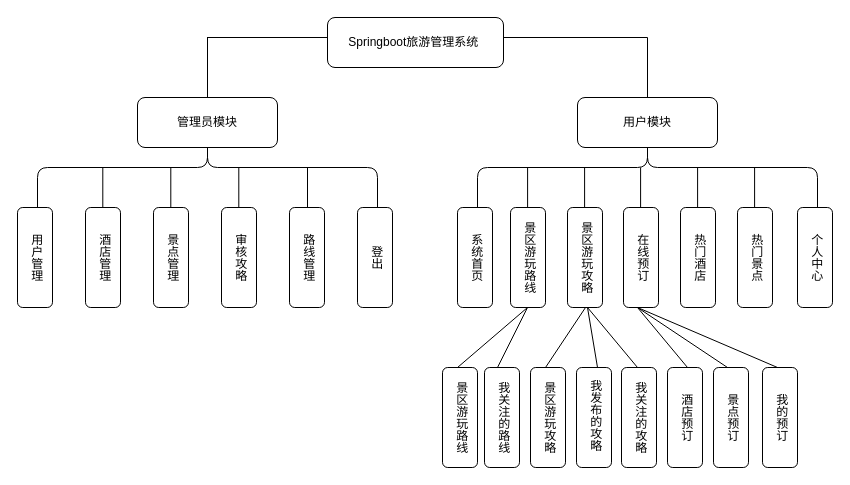
Above: 未命名绘图.drawio in 66Coding/diagrams (draw.io), before the change. Source tidied: cells renumbered, new cells numbered last; positions are measured from the earlier drawing's top-left corner, leaving out a move shared by most shapes. Both pictures are drawn from the tidied source at 100%, with x=0, y=0 at pixel (17, 17).
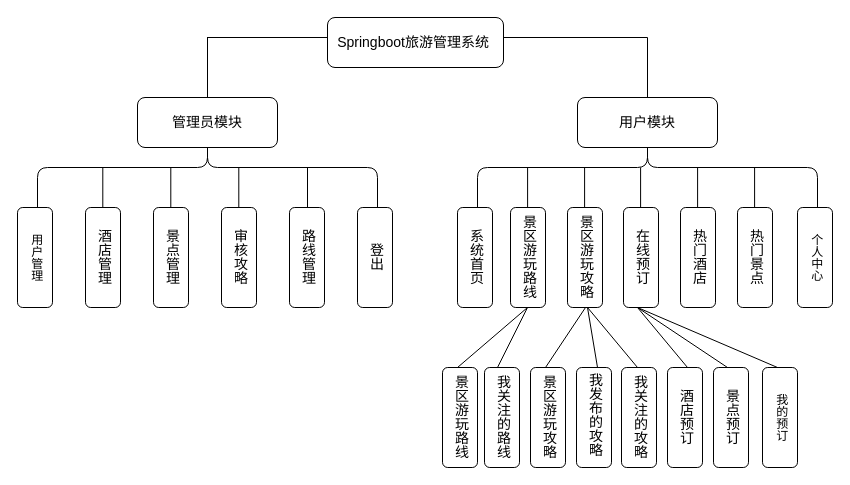
The same page after the edit.

Commit message:
旅游管理系统结构图.drawio

Diff of the diagram source:
```diff
@@
-    <mxCell id="2" value="Springboot旅游管理系统&amp;nbsp;" style="rounded=1;whiteSpace=wrap;html=1;" parent="1" vertex="1">
+    <mxCell id="2" value="Springboot旅游管理系统&amp;nbsp;" style="rounded=1;whiteSpace=wrap;html=1;fontSize=14;" parent="1" vertex="1">
       <mxGeometry x="310" width="176" height="50" as="geometry" />
     </mxCell>
-    <mxCell id="3" style="shape=curlyBracket;whiteSpace=wrap;html=1;rounded=1;flipH=1;labelPosition=right;verticalLabelPosition=middle;align=left;verticalAlign=middle;direction=south;size=0.5;" parent="1" vertex="1">
+    <mxCell id="3" style="shape=curlyBracket;whiteSpace=wrap;html=1;rounded=1;flipH=1;labelPosition=right;verticalLabelPosition=middle;align=left;verticalAlign=middle;direction=south;size=0.5;fontSize=14;" parent="1" vertex="1">
       <mxGeometry x="20" y="110" width="340" height="80" as="geometry" />
     </mxCell>
@@
-    <mxCell id="6" value="管理员模块" style="rounded=1;whiteSpace=wrap;html=1;" parent="1" vertex="1">
+    <mxCell id="6" value="管理员模块" style="rounded=1;whiteSpace=wrap;html=1;fontSize=14;" parent="1" vertex="1">
       <mxGeometry x="120" y="80" width="140" height="50" as="geometry" />
     </mxCell>
@@
-    <mxCell id="8" value="用户模块" style="rounded=1;whiteSpace=wrap;html=1;" parent="1" vertex="1">
+    <mxCell id="8" value="用户模块" style="rounded=1;whiteSpace=wrap;html=1;fontSize=14;" parent="1" vertex="1">
       <mxGeometry x="560" y="80" width="140" height="50" as="geometry" />
     </mxCell>
-    <mxCell id="9" style="endArrow=none;html=1;rounded=1;" parent="1" edge="1">
+    <mxCell id="9" style="endArrow=none;html=1;rounded=1;fontSize=14;" parent="1" edge="1">
       <mxGeometry relative="1" as="geometry">
         <mxPoint x="290" y="190" as="sourcePoint" />
         <mxPoint x="290" y="150" as="targetPoint" />
       </mxGeometry>
     </mxCell>
@@
-    <mxCell id="11" value="酒店管理" style="rounded=1;whiteSpace=wrap;html=1;textDirection=vertical-rl;" parent="1" vertex="1">
+    <mxCell id="11" value="酒店管理" style="rounded=1;whiteSpace=wrap;html=1;textDirection=vertical-rl;fontSize=14;" parent="1" vertex="1">
       <mxGeometry x="68" y="190" width="35" height="100" as="geometry" />
     </mxCell>
-    <mxCell id="12" value="景点管理" style="rounded=1;whiteSpace=wrap;html=1;textDirection=vertical-rl;" parent="1" vertex="1">
+    <mxCell id="12" value="景点管理" style="rounded=1;whiteSpace=wrap;html=1;textDirection=vertical-rl;fontSize=14;" parent="1" vertex="1">
       <mxGeometry x="136" y="190" width="35" height="100" as="geometry" />
     </mxCell>
-    <mxCell id="13" value="审核攻略" style="rounded=1;whiteSpace=wrap;html=1;textDirection=vertical-rl;" parent="1" vertex="1">
+    <mxCell id="13" value="审核攻略" style="rounded=1;whiteSpace=wrap;html=1;textDirection=vertical-rl;fontSize=14;" parent="1" vertex="1">
       <mxGeometry x="204" y="190" width="35" height="100" as="geometry" />
     </mxCell>
-    <mxCell id="14" value="路线管理" style="rounded=1;whiteSpace=wrap;html=1;textDirection=vertical-rl;" parent="1" vertex="1">
+    <mxCell id="14" value="路线管理" style="rounded=1;whiteSpace=wrap;html=1;textDirection=vertical-rl;fontSize=14;" parent="1" vertex="1">
       <mxGeometry x="272" y="190" width="35" height="100" as="geometry" />
     </mxCell>
-    <mxCell id="15" value="登出" style="rounded=1;whiteSpace=wrap;html=1;textDirection=vertical-rl;" parent="1" vertex="1">
+    <mxCell id="15" value="登出" style="rounded=1;whiteSpace=wrap;html=1;textDirection=vertical-rl;fontSize=14;" parent="1" vertex="1">
       <mxGeometry x="340" y="190" width="35" height="100" as="geometry" />
     </mxCell>
-    <mxCell id="16" style="endArrow=none;html=1;rounded=1;" parent="1" edge="1">
+    <mxCell id="16" style="endArrow=none;html=1;rounded=1;fontSize=14;" parent="1" edge="1">
       <mxGeometry relative="1" as="geometry">
         <mxPoint x="221.3" y="190" as="sourcePoint" />
         <mxPoint x="221.3" y="150" as="targetPoint" />
       </mxGeometry>
     </mxCell>
-    <mxCell id="17" style="endArrow=none;html=1;rounded=1;" parent="1" edge="1">
+    <mxCell id="17" style="endArrow=none;html=1;rounded=1;fontSize=14;" parent="1" edge="1">
       <mxGeometry relative="1" as="geometry">
         <mxPoint x="153.3" y="190" as="sourcePoint" />
         <mxPoint x="153.3" y="150" as="targetPoint" />
       </mxGeometry>
     </mxCell>
-    <mxCell id="18" style="endArrow=none;html=1;rounded=1;" parent="1" edge="1">
+    <mxCell id="18" style="endArrow=none;html=1;rounded=1;fontSize=14;" parent="1" edge="1">
       <mxGeometry relative="1" as="geometry">
         <mxPoint x="85.3" y="190" as="sourcePoint" />
         <mxPoint x="85.3" y="150" as="targetPoint" />
       </mxGeometry>
     </mxCell>
-    <mxCell id="19" value="系统首页" style="rounded=1;whiteSpace=wrap;html=1;textDirection=vertical-rl;" parent="1" vertex="1">
+    <mxCell id="19" value="系统首页" style="rounded=1;whiteSpace=wrap;html=1;textDirection=vertical-rl;fontSize=14;" parent="1" vertex="1">
       <mxGeometry x="440" y="190" width="35" height="100" as="geometry" />
     </mxCell>
-    <mxCell id="20" value="热门酒店" style="rounded=1;whiteSpace=wrap;html=1;textDirection=vertical-rl;" parent="1" vertex="1">
+    <mxCell id="20" value="热门酒店" style="rounded=1;whiteSpace=wrap;html=1;textDirection=vertical-rl;fontSize=14;" parent="1" vertex="1">
       <mxGeometry x="663" y="190" width="35" height="100" as="geometry" />
     </mxCell>
-    <mxCell id="21" value="热门景点" style="rounded=1;whiteSpace=wrap;html=1;textDirection=vertical-rl;" parent="1" vertex="1">
+    <mxCell id="21" value="热门景点" style="rounded=1;whiteSpace=wrap;html=1;textDirection=vertical-rl;fontSize=14;" parent="1" vertex="1">
       <mxGeometry x="720" y="190" width="35" height="100" as="geometry" />
     </mxCell>
@@
-    <mxCell id="23" value="景区游玩路线" style="rounded=1;whiteSpace=wrap;html=1;textDirection=vertical-rl;" parent="1" vertex="1">
+    <mxCell id="23" value="景区游玩路线" style="rounded=1;whiteSpace=wrap;html=1;textDirection=vertical-rl;fontSize=14;" parent="1" vertex="1">
       <mxGeometry x="493" y="190" width="35" height="100" as="geometry" />
     </mxCell>
-    <mxCell id="24" value="景区游玩攻略" style="rounded=1;whiteSpace=wrap;html=1;textDirection=vertical-rl;" parent="1" vertex="1">
+    <mxCell id="24" value="景区游玩攻略" style="rounded=1;whiteSpace=wrap;html=1;textDirection=vertical-rl;fontSize=14;" parent="1" vertex="1">
       <mxGeometry x="550" y="190" width="35" height="100" as="geometry" />
     </mxCell>
-    <mxCell id="25" value="在线预订" style="rounded=1;whiteSpace=wrap;html=1;textDirection=vertical-rl;" parent="1" vertex="1">
+    <mxCell id="25" value="在线预订" style="rounded=1;whiteSpace=wrap;html=1;textDirection=vertical-rl;fontSize=14;" parent="1" vertex="1">
       <mxGeometry x="606" y="190" width="35" height="100" as="geometry" />
     </mxCell>
-    <mxCell id="26" style="endArrow=none;html=1;rounded=1;" parent="1" edge="1">
+    <mxCell id="26" style="endArrow=none;html=1;rounded=1;fontSize=14;" parent="1" edge="1">
       <mxGeometry relative="1" as="geometry">
         <mxPoint x="510.1" y="190" as="sourcePoint" />
         <mxPoint x="510.1" y="150" as="targetPoint" />
       </mxGeometry>
     </mxCell>
-    <mxCell id="27" style="endArrow=none;html=1;rounded=1;" parent="1" edge="1">
+    <mxCell id="27" style="endArrow=none;html=1;rounded=1;fontSize=14;" parent="1" edge="1">
       <mxGeometry relative="1" as="geometry">
         <mxPoint x="567.1" y="190" as="sourcePoint" />
         <mxPoint x="567.1" y="150" as="targetPoint" />
       </mxGeometry>
     </mxCell>
-    <mxCell id="28" style="endArrow=none;html=1;rounded=1;" parent="1" edge="1">
+    <mxCell id="28" style="endArrow=none;html=1;rounded=1;fontSize=14;" parent="1" edge="1">
       <mxGeometry relative="1" as="geometry">
         <mxPoint x="623.1" y="190" as="sourcePoint" />
         <mxPoint x="623.1" y="150" as="targetPoint" />
       </mxGeometry>
     </mxCell>
-    <mxCell id="29" style="endArrow=none;html=1;rounded=1;" parent="1" edge="1">
+    <mxCell id="29" style="endArrow=none;html=1;rounded=1;fontSize=14;" parent="1" edge="1">
       <mxGeometry relative="1" as="geometry">
         <mxPoint x="680.1" y="190" as="sourcePoint" />
         <mxPoint x="680.1" y="150" as="targetPoint" />
       </mxGeometry>
     </mxCell>
-    <mxCell id="30" style="endArrow=none;html=1;rounded=1;" parent="1" edge="1">
+    <mxCell id="30" style="endArrow=none;html=1;rounded=1;fontSize=14;" parent="1" edge="1">
       <mxGeometry relative="1" as="geometry">
         <mxPoint x="737.1" y="190" as="sourcePoint" />
         <mxPoint x="737.1" y="150" as="targetPoint" />
       </mxGeometry>
     </mxCell>
-    <mxCell id="31" value="景区游玩路线" style="rounded=1;whiteSpace=wrap;html=1;textDirection=vertical-rl;" parent="1" vertex="1">
+    <mxCell id="31" value="景区游玩路线" style="rounded=1;whiteSpace=wrap;html=1;textDirection=vertical-rl;fontSize=14;" parent="1" vertex="1">
       <mxGeometry x="425" y="350" width="35" height="100" as="geometry" />
     </mxCell>
-    <mxCell id="32" value="我关注的路线" style="rounded=1;whiteSpace=wrap;html=1;textDirection=vertical-rl;" parent="1" vertex="1">
+    <mxCell id="32" value="我关注的路线" style="rounded=1;whiteSpace=wrap;html=1;textDirection=vertical-rl;fontSize=14;" parent="1" vertex="1">
       <mxGeometry x="467" y="350" width="35" height="100" as="geometry" />
     </mxCell>
-    <mxCell id="33" value="景区游玩攻略" style="rounded=1;whiteSpace=wrap;html=1;textDirection=vertical-rl;" parent="1" vertex="1">
+    <mxCell id="33" value="景区游玩攻略" style="rounded=1;whiteSpace=wrap;html=1;textDirection=vertical-rl;fontSize=14;" parent="1" vertex="1">
       <mxGeometry x="513" y="350" width="35" height="100" as="geometry" />
     </mxCell>
-    <mxCell id="34" value="我发布的攻略&amp;nbsp;" style="rounded=1;whiteSpace=wrap;html=1;textDirection=vertical-rl;" parent="1" vertex="1">
+    <mxCell id="34" value="我发布的攻略&amp;nbsp;" style="rounded=1;whiteSpace=wrap;html=1;textDirection=vertical-rl;fontSize=14;" parent="1" vertex="1">
       <mxGeometry x="559" y="350" width="35" height="100" as="geometry" />
     </mxCell>
-    <mxCell id="35" value="我关注的攻略" style="rounded=1;whiteSpace=wrap;html=1;textDirection=vertical-rl;" parent="1" vertex="1">
+    <mxCell id="35" value="我关注的攻略" style="rounded=1;whiteSpace=wrap;html=1;textDirection=vertical-rl;fontSize=14;" parent="1" vertex="1">
       <mxGeometry x="604" y="350" width="35" height="100" as="geometry" />
     </mxCell>
-    <mxCell id="36" value="酒店预订" style="rounded=1;whiteSpace=wrap;html=1;textDirection=vertical-rl;" parent="1" vertex="1">
+    <mxCell id="36" value="酒店预订" style="rounded=1;whiteSpace=wrap;html=1;textDirection=vertical-rl;fontSize=14;" parent="1" vertex="1">
       <mxGeometry x="650" y="350" width="35" height="100" as="geometry" />
     </mxCell>
-    <mxCell id="37" value="景点预订" style="rounded=1;whiteSpace=wrap;html=1;textDirection=vertical-rl;" parent="1" vertex="1">
+    <mxCell id="37" value="景点预订" style="rounded=1;whiteSpace=wrap;html=1;textDirection=vertical-rl;fontSize=14;" parent="1" vertex="1">
       <mxGeometry x="696" y="350" width="35" height="100" as="geometry" />
     </mxCell>
@@
-    <mxCell id="39" style="endArrow=none;html=1;rounded=1;" parent="1" edge="1">
+    <mxCell id="39" style="endArrow=none;html=1;rounded=1;fontSize=14;" parent="1" edge="1">
       <mxGeometry relative="1" as="geometry">
         <mxPoint x="440" y="350" as="sourcePoint" />
         <mxPoint x="510" y="290" as="targetPoint" />
       </mxGeometry>
     </mxCell>
-    <mxCell id="40" style="endArrow=none;html=1;rounded=1;" parent="1" edge="1">
+    <mxCell id="40" style="endArrow=none;html=1;rounded=1;fontSize=14;" parent="1" edge="1">
       <mxGeometry relative="1" as="geometry">
         <mxPoint x="480" y="350" as="sourcePoint" />
         <mxPoint x="510" y="290" as="targetPoint" />
       </mxGeometry>
     </mxCell>
-    <mxCell id="41" style="endArrow=none;html=1;rounded=1;" parent="1" edge="1">
+    <mxCell id="41" style="endArrow=none;html=1;rounded=1;fontSize=14;" parent="1" edge="1">
       <mxGeometry relative="1" as="geometry">
         <mxPoint x="528" y="350" as="sourcePoint" />
         <mxPoint x="568" y="290" as="targetPoint" />
       </mxGeometry>
     </mxCell>
-    <mxCell id="42" style="endArrow=none;html=1;rounded=1;" parent="1" edge="1">
+    <mxCell id="42" style="endArrow=none;html=1;rounded=1;fontSize=14;" parent="1" edge="1">
       <mxGeometry relative="1" as="geometry">
         <mxPoint x="580" y="350" as="sourcePoint" />
         <mxPoint x="570" y="290" as="targetPoint" />
       </mxGeometry>
     </mxCell>
-    <mxCell id="43" style="endArrow=none;html=1;rounded=1;" parent="1" edge="1">
+    <mxCell id="43" style="endArrow=none;html=1;rounded=1;fontSize=14;" parent="1" edge="1">
       <mxGeometry relative="1" as="geometry">
         <mxPoint x="620" y="350" as="sourcePoint" />
         <mxPoint x="570" y="290" as="targetPoint" />
       </mxGeometry>
     </mxCell>
-    <mxCell id="44" style="endArrow=none;html=1;rounded=1;" parent="1" edge="1">
+    <mxCell id="44" style="endArrow=none;html=1;rounded=1;fontSize=14;" parent="1" edge="1">
       <mxGeometry relative="1" as="geometry">
         <mxPoint x="670" y="350" as="sourcePoint" />
         <mxPoint x="620" y="290" as="targetPoint" />
       </mxGeometry>
     </mxCell>
-    <mxCell id="45" style="endArrow=none;html=1;rounded=1;" parent="1" edge="1">
+    <mxCell id="45" style="endArrow=none;html=1;rounded=1;fontSize=14;" parent="1" edge="1">
       <mxGeometry relative="1" as="geometry">
         <mxPoint x="710" y="350" as="sourcePoint" />
         <mxPoint x="620" y="290" as="targetPoint" />
       </mxGeometry>
     </mxCell>
-    <mxCell id="46" style="endArrow=none;html=1;rounded=1;" parent="1" edge="1">
+    <mxCell id="46" style="endArrow=none;html=1;rounded=1;fontSize=14;" parent="1" edge="1">
       <mxGeometry relative="1" as="geometry">
         <mxPoint x="760" y="350" as="sourcePoint" />
         <mxPoint x="620" y="290" as="targetPoint" />
       </mxGeometry>
     </mxCell>
```
